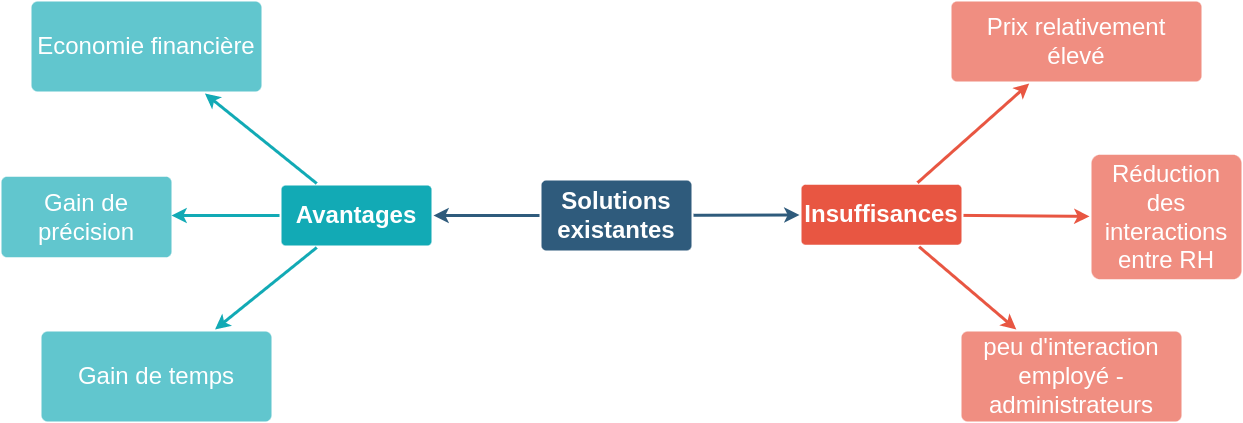
Above: resources/diagrams/comparison.drawio.png in Pericles001/oprs_payroll_system (draw.io), before the change. Source tidied: cells renumbered, new cells last; positions are measured from the earlier drawing's top-left corner, leaving out a move shared by most shapes.
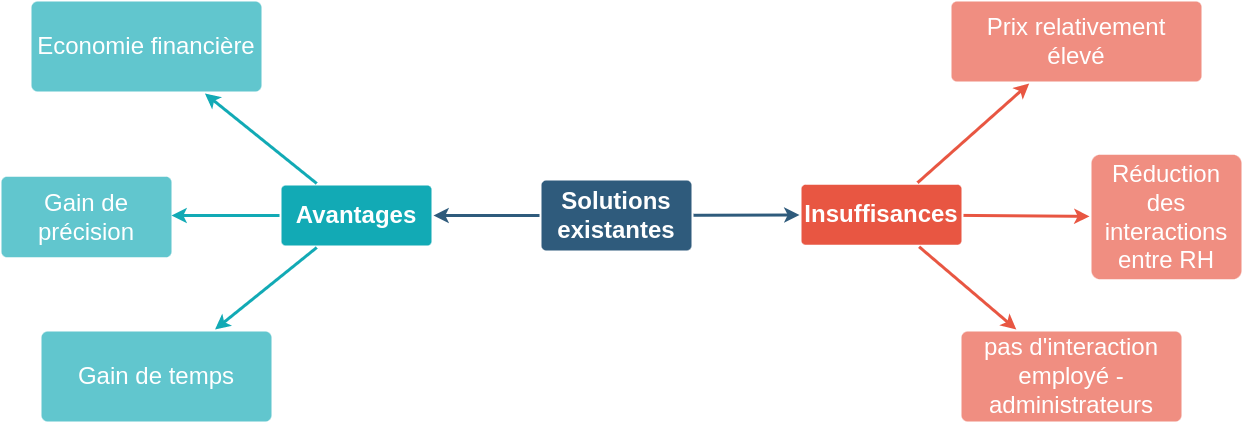
The same file after the commit.

Change to the diagram source:
```diff
@@ -29,7 +29,7 @@
     <mxCell id="10" value="&lt;font style=&quot;font-size: 24px&quot;&gt;Réduction des interactions entre RH&lt;/font&gt;" style="rounded=1;whiteSpace=wrap;html=1;shadow=0;labelBackgroundColor=none;strokeColor=none;strokeWidth=3;fillColor=#f08e81;fontFamily=Helvetica;fontSize=14;fontColor=#FFFFFF;align=center;spacing=5;fontStyle=0;arcSize=7;perimeterSpacing=2;" parent="1" vertex="1">
       <mxGeometry x="1090" y="153.2" width="150" height="124.5" as="geometry" />
     </mxCell>
-    <mxCell id="11" value="&lt;span style=&quot;font-size: 24px&quot;&gt;peu d'interaction employé - administrateurs&lt;/span&gt;" style="rounded=1;whiteSpace=wrap;html=1;shadow=0;labelBackgroundColor=none;strokeColor=none;strokeWidth=3;fillColor=#f08e81;fontFamily=Helvetica;fontSize=14;fontColor=#FFFFFF;align=center;spacing=5;fontStyle=0;arcSize=7;perimeterSpacing=2;" parent="1" vertex="1">
+    <mxCell id="11" value="&lt;span style=&quot;font-size: 24px&quot;&gt;pas d'interaction employé - administrateurs&lt;/span&gt;" style="rounded=1;whiteSpace=wrap;html=1;shadow=0;labelBackgroundColor=none;strokeColor=none;strokeWidth=3;fillColor=#f08e81;fontFamily=Helvetica;fontSize=14;fontColor=#FFFFFF;align=center;spacing=5;fontStyle=0;arcSize=7;perimeterSpacing=2;" parent="1" vertex="1">
       <mxGeometry x="960" y="330" width="220" height="90" as="geometry" />
     </mxCell>
     <mxCell id="12" value="&lt;font style=&quot;font-size: 24px&quot;&gt;Avantages&lt;/font&gt;" style="rounded=1;whiteSpace=wrap;html=1;shadow=0;labelBackgroundColor=none;strokeColor=none;strokeWidth=3;fillColor=#12aab5;fontFamily=Helvetica;fontSize=14;fontColor=#FFFFFF;align=center;spacing=5;fontStyle=1;arcSize=7;perimeterSpacing=2;" parent="1" vertex="1">
```
